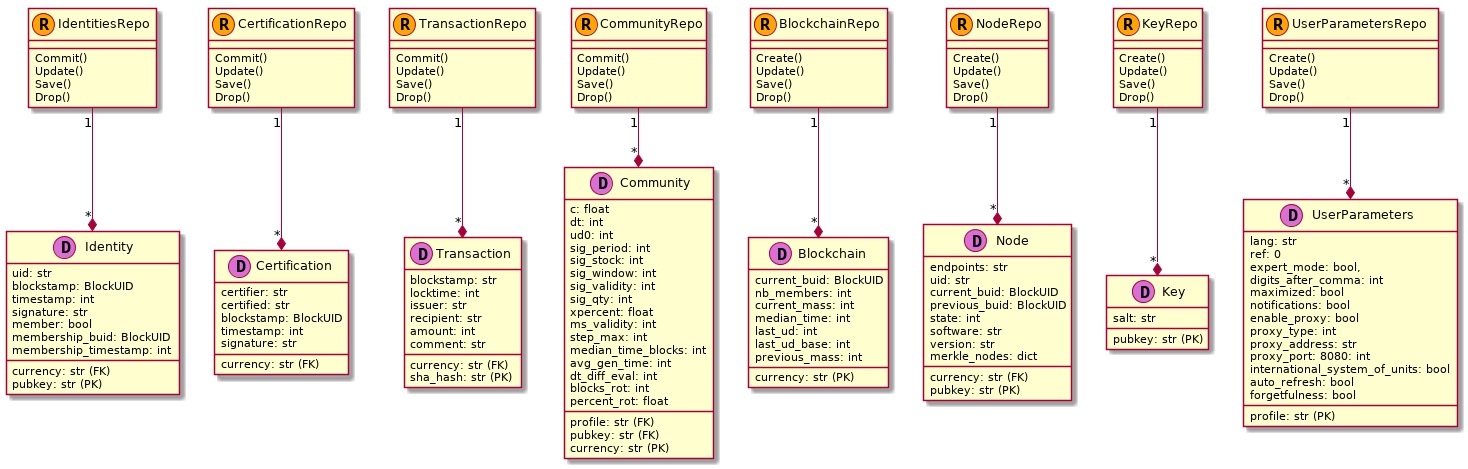
This is doc/uml/data.png from duniter/sakia, a PlantUML export, as it was before one commit. Its diagram source:
```plantuml
@startuml



class Identity << (D,orchid) >> {
    currency: str (FK)
    uid: str
    pubkey: str (PK)
    blockstamp: BlockUID
    timestamp: int
    signature: str
    member: bool
    membership_buid: BlockUID
    membership_timestamp: int
}

class Certification << (D,orchid) >> {
    currency: str (FK)
    certifier: str
    certified: str
    blockstamp: BlockUID
    timestamp: int
    signature: str
}

class Transaction  << (D,orchid) >> {
    currency: str (FK)
    blockstamp: str
    locktime: int
    issuer: str
    recipient: str
    amount: int
    comment: str
    sha_hash: str (PK)
}

class Community  << (D,orchid) >> {
    profile: str (FK)
    pubkey: str (FK)
    currency: str (PK)
    c: float
    dt: int
    ud0: int
    sig_period: int
    sig_stock: int
    sig_window: int
    sig_validity: int
    sig_qty: int
    xpercent: float
    ms_validity: int
    step_max: int
    median_time_blocks: int
    avg_gen_time: int
    dt_diff_eval: int
    blocks_rot: int
    percent_rot: float
}

class Blockchain  << (D,orchid) >> {
    currency: str (PK)
    current_buid: BlockUID
    nb_members: int
    current_mass: int
    median_time: int
    last_ud: int
    last_ud_base: int
    previous_mass: int
}

class Node  << (D,orchid) >> {
    currency: str (FK)
    endpoints: str
    uid: str
    pubkey: str (PK)
    current_buid: BlockUID
    previous_buid: BlockUID
    state: int
    software: str
    version: str
    merkle_nodes: dict
}

class Key  << (D,orchid) >> {
    pubkey: str (PK)
    salt: str
}

class UserParameters  << (D,orchid) >> {
    profile: str (PK)
    lang: str
    ref: 0
    expert_mode: bool,
    digits_after_comma: int
    maximized: bool
    notifications: bool
    enable_proxy: bool
    proxy_type: int
    proxy_address: str
    proxy_port: 8080: int
    international_system_of_units: bool
    auto_refresh: bool
    forgetfulness: bool
}

class UserParametersRepo << (R,orange) >> {
    Create()
    Update()
    Save()
    Drop()
}


class KeyRepo << (R,orange) >>  {
    Create()
    Update()
    Save()
    Drop()
}


class NodeRepo << (R,orange) >>   {
    Create()
    Update()
    Save()
    Drop()
}

class BlockchainRepo << (R,orange) >>  {
    Create()
    Update()
    Save()
    Drop()
}
class CommunityRepo << (R,orange) >>  {
    Commit()
    Update()
    Save()
    Drop()
}
class TransactionRepo << (R,orange) >>  {
    Commit()
    Update()
    Save()
    Drop()
}
class CertificationRepo  << (R,orange) >> {
    Commit()
    Update()
    Save()
    Drop()
}
class IdentitiesRepo  << (R,orange) >>  {
    Commit()
    Update()
    Save()
    Drop()
}

IdentitiesRepo "1" --* "*" Identity

CertificationRepo "1" --* "*" Certification

TransactionRepo "1" --* "*" Transaction

CommunityRepo "1" --* "*" Community

BlockchainRepo "1" --* "*" Blockchain

NodeRepo "1" --* "*" Node

KeyRepo "1" --* "*" Key

UserParametersRepo "1" --* "*" UserParameters


@enduml
```
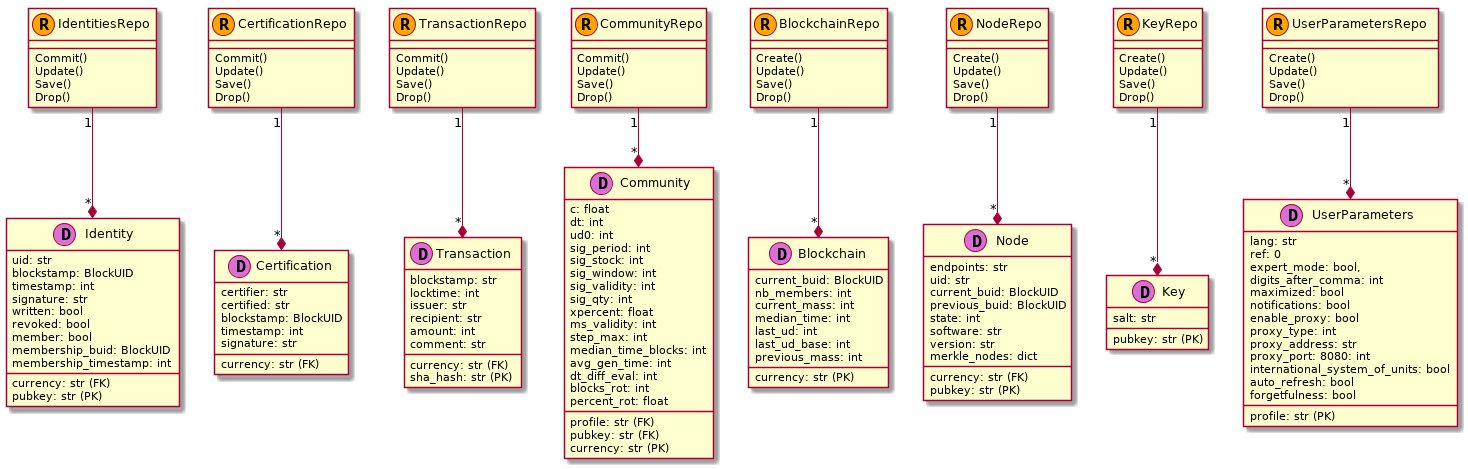
The same diagram one commit later.

The edit, as a diff of the source:
```diff
@@ -1,5 +1,4 @@
 @startuml
-
 
 
 class Identity << (D,orchid) >> {
@@ -9,6 +8,8 @@
     blockstamp: BlockUID
     timestamp: int
     signature: str
+    written: bool
+    revoked: bool
     member: bool
     membership_buid: BlockUID
     membership_timestamp: int
```
